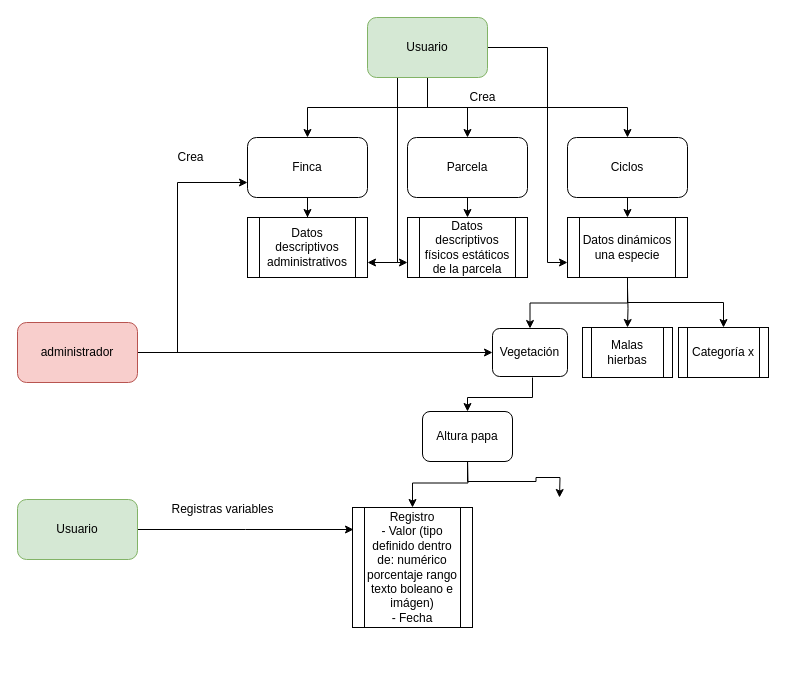
The draw.io diagram app.agromaker.drawio in stdupas/app.agromaker, before the edit. Source tidied: cells renumbered, new cells numbered last; positions are measured from the earlier drawing's top-left corner, leaving out a move shared by most shapes. Both pictures are drawn from the tidied source at 100%, with x=0, y=0 at pixel (17, 17).
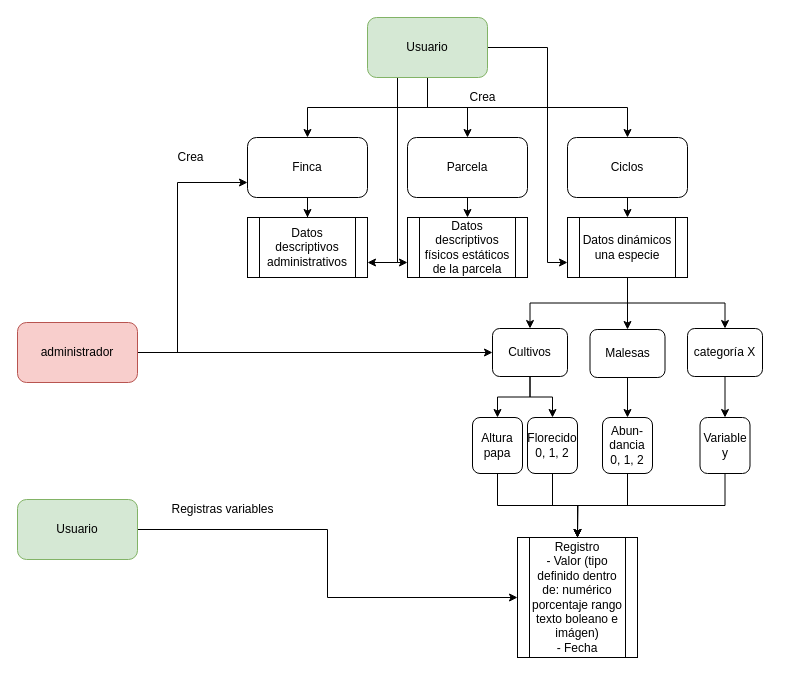
After the change.

The change refers to these unchanged cells:
```xml
<mxCell id="12" value="Datos dinámicos una especie" style="shape=process;whiteSpace=wrap;html=1;backgroundOutline=1;" parent="1" vertex="1">
  <mxGeometry x="550" y="200" width="120" height="60" as="geometry" />
</mxCell>
<mxCell id="31" value="Usuario" style="rounded=1;whiteSpace=wrap;html=1;fillColor=#d5e8d4;strokeColor=#82b366;" parent="1" vertex="1">
  <mxGeometry y="482" width="120" height="60" as="geometry" />
</mxCell>
```

The edit, as a diff of the source:
```diff
@@
-    <mxCell id="11" style="edgeStyle=orthogonalEdgeStyle;rounded=0;jettySize=auto;html=1;exitX=0.5;exitY=1;exitDx=0;exitDy=0;" parent="1" edge="1" source="12" target="15">
+    <mxCell id="11" style="edgeStyle=orthogonalEdgeStyle;rounded=0;jettySize=auto;html=1;exitX=0.5;exitY=1;exitDx=0;exitDy=0;entryX=0.5;entryY=0;entryDx=0;entryDy=0;" parent="1" edge="1" source="12" target="48">
       <mxGeometry relative="1" as="geometry" />
     </mxCell>
+    <mxCell id="37" style="edgeStyle=orthogonalEdgeStyle;rounded=0;jettySize=auto;html=1;entryX=0.5;entryY=0;entryDx=0;entryDy=0;" parent="1" edge="1" source="12" target="46">
+      <mxGeometry relative="1" as="geometry" />
+    </mxCell>
@@
-    <mxCell id="13" style="edgeStyle=orthogonalEdgeStyle;rounded=0;jettySize=auto;html=1;entryX=0.5;entryY=0;entryDx=0;entryDy=0;" parent="1" edge="1" target="35">
-      <mxGeometry relative="1" as="geometry">
-        <mxPoint x="515" y="360" as="sourcePoint" />
-        <Array as="points">
-          <mxPoint x="515" y="380" />
-          <mxPoint x="450" y="380" />
-        </Array>
-      </mxGeometry>
-    </mxCell>
-    <mxCell id="14" value="Malas hierbas" style="shape=process;whiteSpace=wrap;html=1;backgroundOutline=1;" parent="1" vertex="1">
-      <mxGeometry x="565" y="310" width="90" height="50" as="geometry" />
-    </mxCell>
-    <mxCell id="15" value="Categoría x" style="shape=process;whiteSpace=wrap;html=1;backgroundOutline=1;" parent="1" vertex="1">
-      <mxGeometry x="661" y="310" width="90" height="50" as="geometry" />
-    </mxCell>
-    <mxCell id="16" style="edgeStyle=orthogonalEdgeStyle;rounded=0;jettySize=auto;html=1;exitX=0.5;exitY=1;exitDx=0;exitDy=0;entryX=0.5;entryY=0;entryDx=0;entryDy=0;" parent="1" edge="1" target="36">
-      <mxGeometry relative="1" as="geometry">
-        <mxPoint x="450" y="440" as="sourcePoint" />
-      </mxGeometry>
-    </mxCell>
-    <mxCell id="17" style="edgeStyle=orthogonalEdgeStyle;rounded=0;jettySize=auto;html=1;exitX=0.5;exitY=1;exitDx=0;exitDy=0;entryX=0.5;entryY=0;entryDx=0;entryDy=0;" parent="1" edge="1" source="35">
-      <mxGeometry relative="1" as="geometry">
-        <mxPoint x="542" y="480" as="targetPoint" />
-      </mxGeometry>
-    </mxCell>
-    <mxCell id="18" style="edgeStyle=orthogonalEdgeStyle;rounded=0;jettySize=auto;html=1;" parent="1" edge="1" target="14">
-      <mxGeometry relative="1" as="geometry">
-        <mxPoint x="610" y="270" as="sourcePoint" />
-      </mxGeometry>
-    </mxCell>
@@
-    <mxCell id="30" style="edgeStyle=orthogonalEdgeStyle;rounded=0;jettySize=auto;html=1;exitX=1;exitY=0.5;exitDx=0;exitDy=0;entryX=0.009;entryY=0.382;entryDx=0;entryDy=0;entryPerimeter=0;" parent="1" edge="1" source="31">
-      <mxGeometry relative="1" as="geometry">
-        <mxPoint x="336" y="512" as="targetPoint" />
-      </mxGeometry>
+    <mxCell id="30" style="edgeStyle=orthogonalEdgeStyle;rounded=0;jettySize=auto;html=1;exitX=1;exitY=0.5;exitDx=0;exitDy=0;entryX=0;entryY=0.5;entryDx=0;entryDy=0;" parent="1" edge="1" source="31" target="36">
+      <mxGeometry relative="1" as="geometry" />
     </mxCell>
@@
+    <mxCell id="38" style="edgeStyle=orthogonalEdgeStyle;rounded=0;jettySize=auto;html=1;exitX=0.5;exitY=1;exitDx=0;exitDy=0;entryX=0;entryY=0.5;entryDx=0;entryDy=0;" parent="1" edge="1" source="34" target="35">
+      <mxGeometry relative="1" as="geometry" />
+    </mxCell>
+    <mxCell id="39" style="edgeStyle=orthogonalEdgeStyle;rounded=0;jettySize=auto;html=1;exitX=0.5;exitY=1;exitDx=0;exitDy=0;" parent="1" edge="1" source="34" target="44">
+      <mxGeometry relative="1" as="geometry" />
+    </mxCell>
-    <mxCell id="34" value="Vegetación" style="rounded=1;whiteSpace=wrap;html=1;" parent="1" vertex="1">
+    <mxCell id="34" value="Cultivos" style="rounded=1;whiteSpace=wrap;html=1;" parent="1" vertex="1">
       <mxGeometry x="475" y="311" width="75" height="48" as="geometry" />
     </mxCell>
+    <mxCell id="40" style="edgeStyle=orthogonalEdgeStyle;rounded=0;jettySize=auto;html=1;exitX=1;exitY=0.5;exitDx=0;exitDy=0;" parent="1" edge="1" source="35" target="36">
+      <mxGeometry relative="1" as="geometry" />
+    </mxCell>
-    <mxCell id="35" value="Altura papa" style="rounded=1;whiteSpace=wrap;html=1;" parent="1" vertex="1">
-      <mxGeometry x="405" y="394" width="90" height="50" as="geometry" />
+    <mxCell id="35" value="Altura papa" style="rounded=1;whiteSpace=wrap;html=1;direction=south;" parent="1" vertex="1">
+      <mxGeometry x="455" y="400" width="50" height="56" as="geometry" />
     </mxCell>
     <mxCell id="36" value="&lt;div&gt;Registro&lt;br&gt;&lt;/div&gt;&lt;div&gt;- Valor (tipo definido dentro de: numérico porcentaje rango texto boleano e imágen)&lt;/div&gt;&lt;div&gt;- Fecha&lt;br&gt;&lt;/div&gt;" style="shape=process;whiteSpace=wrap;html=1;backgroundOutline=1;" parent="1" vertex="1">
-      <mxGeometry x="335" y="490" width="120" height="120" as="geometry" />
+      <mxGeometry x="500" y="520" width="120" height="120" as="geometry" />
     </mxCell>
+    <mxCell id="41" style="edgeStyle=orthogonalEdgeStyle;rounded=0;jettySize=auto;html=1;exitX=1;exitY=0.5;exitDx=0;exitDy=0;" parent="1" edge="1" source="42" target="36">
+      <mxGeometry relative="1" as="geometry" />
+    </mxCell>
+    <mxCell id="42" value="Abun-dancia 0, 1, 2" style="rounded=1;whiteSpace=wrap;html=1;direction=south;" parent="1" vertex="1">
+      <mxGeometry x="585" y="400" width="50" height="56" as="geometry" />
+    </mxCell>
+    <mxCell id="43" style="edgeStyle=orthogonalEdgeStyle;rounded=0;jettySize=auto;html=1;exitX=1;exitY=0.5;exitDx=0;exitDy=0;" parent="1" edge="1" source="44">
+      <mxGeometry relative="1" as="geometry">
+        <mxPoint x="560" y="520" as="targetPoint" />
+      </mxGeometry>
+    </mxCell>
+    <mxCell id="44" value="Florecido 0, 1, 2" style="rounded=1;whiteSpace=wrap;html=1;direction=south;" parent="1" vertex="1">
+      <mxGeometry x="510" y="400" width="50" height="56" as="geometry" />
+    </mxCell>
+    <mxCell id="45" style="edgeStyle=orthogonalEdgeStyle;rounded=0;jettySize=auto;html=1;exitX=0.5;exitY=1;exitDx=0;exitDy=0;entryX=0;entryY=0.5;entryDx=0;entryDy=0;" parent="1" edge="1" source="46" target="42">
+      <mxGeometry relative="1" as="geometry" />
+    </mxCell>
+    <mxCell id="46" value="Malesas" style="rounded=1;whiteSpace=wrap;html=1;" parent="1" vertex="1">
+      <mxGeometry x="572.5" y="312" width="75" height="48" as="geometry" />
+    </mxCell>
+    <mxCell id="47" style="edgeStyle=orthogonalEdgeStyle;rounded=0;jettySize=auto;html=1;exitX=0.5;exitY=1;exitDx=0;exitDy=0;entryX=0;entryY=0.5;entryDx=0;entryDy=0;" parent="1" edge="1" source="48" target="50">
+      <mxGeometry relative="1" as="geometry" />
+    </mxCell>
+    <mxCell id="48" value="categoría X" style="rounded=1;whiteSpace=wrap;html=1;" parent="1" vertex="1">
+      <mxGeometry x="670" y="311" width="75" height="48" as="geometry" />
+    </mxCell>
+    <mxCell id="49" style="edgeStyle=orthogonalEdgeStyle;rounded=0;jettySize=auto;html=1;exitX=1;exitY=0.5;exitDx=0;exitDy=0;" parent="1" edge="1" source="50" target="36">
+      <mxGeometry relative="1" as="geometry" />
+    </mxCell>
+    <mxCell id="50" value="Variable y" style="rounded=1;whiteSpace=wrap;html=1;direction=south;" parent="1" vertex="1">
+      <mxGeometry x="682.5" y="400" width="50" height="56" as="geometry" />
+    </mxCell>
```
